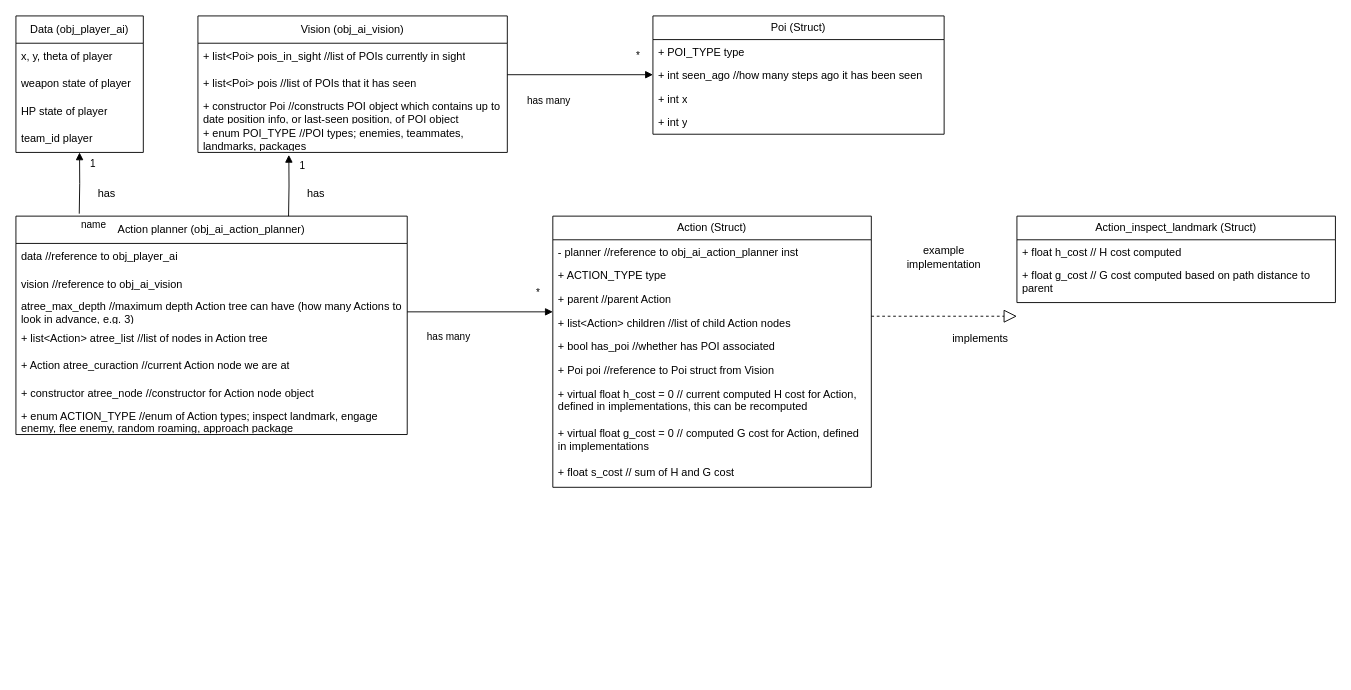
Earlier version of the draw.io diagram diagrams/ai_classes.drawio (TomPostmus/DogFights-01). Source tidied: cells renumbered, new cells numbered last; positions are measured from the earlier drawing's top-left corner, leaving out a move shared by most shapes. Both pictures are drawn from the tidied source at 91%, with x=0, y=0 at pixel (15, 15).
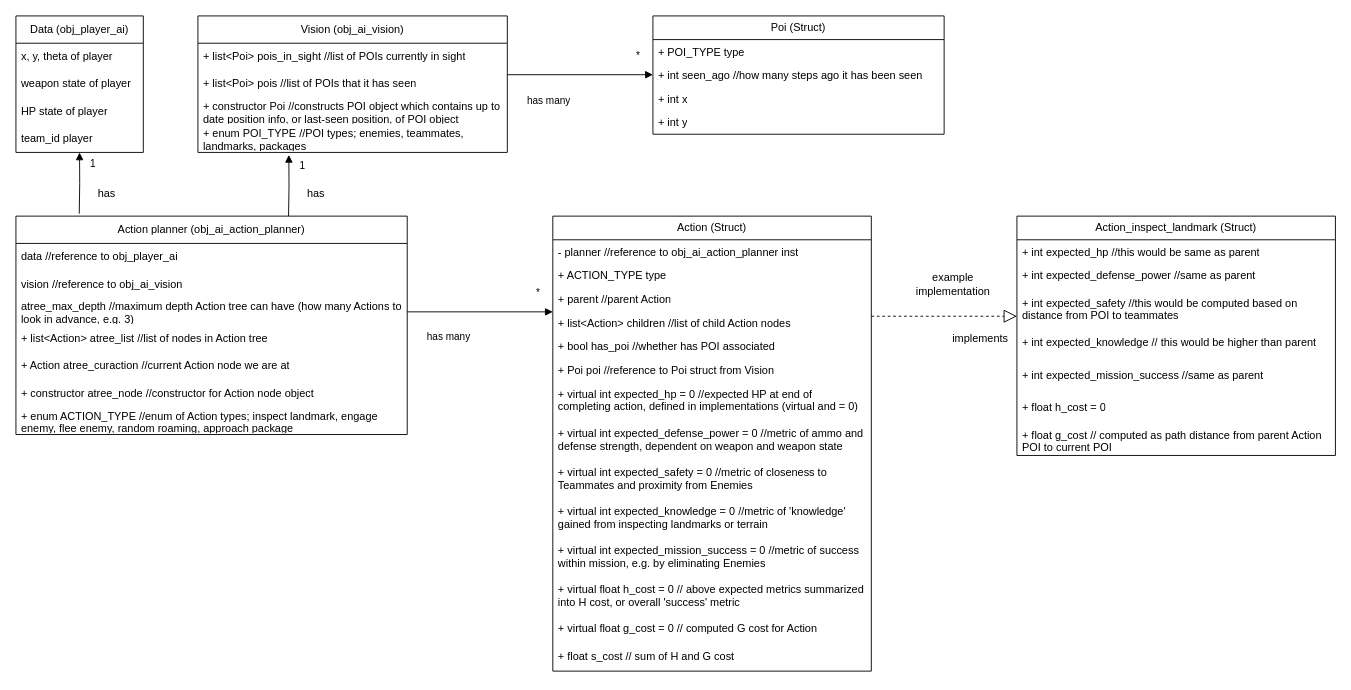
After the change.

What changed in the source:
```diff
@@
     <mxCell id="20" value="Action (Struct)" style="swimlane;fontStyle=0;horizontal=1;startSize=26;fillColor=none;whiteSpace=wrap;html=1;" parent="1" vertex="1">
-      <mxGeometry x="590" y="220" width="350" height="298" as="geometry" />
+      <mxGeometry x="590" y="220" width="350" height="500" as="geometry" />
     </mxCell>
@@
+    <mxCell id="51" value="+ virtual&amp;nbsp;int expected_hp = 0 //expected HP at end of completing action, defined in implementations (virtual and = 0)" style="text;strokeColor=none;fillColor=none;align=left;verticalAlign=top;spacingLeft=4;spacingRight=4;overflow=hidden;whiteSpace=wrap;html=1;" parent="20" vertex="1">
+      <mxGeometry y="182" width="350" height="43" as="geometry" />
+    </mxCell>
+    <mxCell id="52" value="+ virtual int expected_defense_power = 0 //metric of ammo and defense strength, dependent on weapon and weapon state" style="text;strokeColor=none;fillColor=none;align=left;verticalAlign=top;spacingLeft=4;spacingRight=4;overflow=hidden;whiteSpace=wrap;html=1;" parent="20" vertex="1">
+      <mxGeometry y="225" width="350" height="43" as="geometry" />
+    </mxCell>
+    <mxCell id="53" value="+ virtual int expected_safety = 0 //metric of closeness to Teammates and proximity from Enemies" style="text;strokeColor=none;fillColor=none;align=left;verticalAlign=top;spacingLeft=4;spacingRight=4;overflow=hidden;whiteSpace=wrap;html=1;" parent="20" vertex="1">
+      <mxGeometry y="268" width="350" height="43" as="geometry" />
+    </mxCell>
+    <mxCell id="54" value="+ virtual int expected_knowledge = 0 //metric of 'knowledge' gained from inspecting landmarks or terrain" style="text;strokeColor=none;fillColor=none;align=left;verticalAlign=top;spacingLeft=4;spacingRight=4;overflow=hidden;whiteSpace=wrap;html=1;" parent="20" vertex="1">
+      <mxGeometry y="311" width="350" height="43" as="geometry" />
+    </mxCell>
+    <mxCell id="55" value="+ virtual int expected_mission_success = 0 //metric of success within mission, e.g. by eliminating Enemies" style="text;strokeColor=none;fillColor=none;align=left;verticalAlign=top;spacingLeft=4;spacingRight=4;overflow=hidden;whiteSpace=wrap;html=1;" parent="20" vertex="1">
+      <mxGeometry y="354" width="350" height="43" as="geometry" />
+    </mxCell>
-    <mxCell id="27" value="+ virtual float h_cost = 0 // current computed H cost for Action, defined in implementations, this can be recomputed" style="text;strokeColor=none;fillColor=none;align=left;verticalAlign=top;spacingLeft=4;spacingRight=4;overflow=hidden;whiteSpace=wrap;html=1;" parent="20" vertex="1">
-      <mxGeometry y="182" width="350" height="43" as="geometry" />
+    <mxCell id="27" value="+ virtual float h_cost = 0 // above expected metrics summarized into H cost, or overall 'success' metric" style="text;strokeColor=none;fillColor=none;align=left;verticalAlign=top;spacingLeft=4;spacingRight=4;overflow=hidden;whiteSpace=wrap;html=1;" parent="20" vertex="1">
+      <mxGeometry y="397" width="350" height="43" as="geometry" />
     </mxCell>
-    <mxCell id="28" value="+ virtual float g_cost = 0 // computed G cost for Action, defined in implementations" style="text;strokeColor=none;fillColor=none;align=left;verticalAlign=top;spacingLeft=4;spacingRight=4;overflow=hidden;whiteSpace=wrap;html=1;" parent="20" vertex="1">
-      <mxGeometry y="225" width="350" height="43" as="geometry" />
+    <mxCell id="28" value="+ virtual float g_cost = 0 // computed G cost for Action" style="text;strokeColor=none;fillColor=none;align=left;verticalAlign=top;spacingLeft=4;spacingRight=4;overflow=hidden;whiteSpace=wrap;html=1;" parent="20" vertex="1">
+      <mxGeometry y="440" width="350" height="30" as="geometry" />
     </mxCell>
     <mxCell id="29" value="+ float s_cost // sum of H and G cost" style="text;strokeColor=none;fillColor=none;align=left;verticalAlign=top;spacingLeft=4;spacingRight=4;overflow=hidden;whiteSpace=wrap;html=1;" parent="20" vertex="1">
-      <mxGeometry y="268" width="350" height="30" as="geometry" />
+      <mxGeometry y="470" width="350" height="30" as="geometry" />
     </mxCell>
-    <mxCell id="30" value="name" style="endArrow=block;endFill=1;html=1;edgeStyle=orthogonalEdgeStyle;align=left;verticalAlign=top;rounded=0;exitX=0.162;exitY=-0.013;exitDx=0;exitDy=0;exitPerimeter=0;" parent="1" edge="1">
+    <mxCell id="30" style="endArrow=block;endFill=1;html=1;edgeStyle=orthogonalEdgeStyle;align=left;verticalAlign=top;rounded=0;exitX=0.162;exitY=-0.013;exitDx=0;exitDy=0;exitPerimeter=0;" parent="1" edge="1">
       <mxGeometry x="-1" relative="1" as="geometry">
         <mxPoint x="69.6" y="217.3" as="sourcePoint" />
         <mxPoint x="69.9" y="150" as="targetPoint" />
       </mxGeometry>
     </mxCell>
@@
-    <mxCell id="45" value="Action_inspect_landmark (Struct)" style="swimlane;fontStyle=0;horizontal=1;startSize=26;fillColor=none;whiteSpace=wrap;html=1;" parent="1" vertex="1">
-      <mxGeometry x="1100" y="220" width="350" height="95" as="geometry" />
-    </mxCell>
-    <mxCell id="46" value="+ float h_cost // H cost computed&amp;nbsp;" style="text;strokeColor=none;fillColor=none;align=left;verticalAlign=top;spacingLeft=4;spacingRight=4;overflow=hidden;whiteSpace=wrap;html=1;" parent="45" vertex="1">
-      <mxGeometry y="26" width="350" height="26" as="geometry" />
-    </mxCell>
-    <mxCell id="47" value="+ float g_cost // G cost computed based on path distance to parent&amp;nbsp;" style="text;strokeColor=none;fillColor=none;align=left;verticalAlign=top;spacingLeft=4;spacingRight=4;overflow=hidden;whiteSpace=wrap;html=1;" parent="45" vertex="1">
-      <mxGeometry y="52" width="350" height="43" as="geometry" />
-    </mxCell>
@@
     <mxCell id="49" value="example implementation" style="text;html=1;whiteSpace=wrap;strokeColor=none;fillColor=none;align=center;verticalAlign=middle;rounded=0;" parent="1" vertex="1">
-      <mxGeometry x="990" y="250" width="60" height="30" as="geometry" />
+      <mxGeometry x="1000" y="280" width="60" height="30" as="geometry" />
     </mxCell>
@@
+    <mxCell id="45" value="Action_inspect_landmark (Struct)" style="swimlane;fontStyle=0;horizontal=1;startSize=26;fillColor=none;whiteSpace=wrap;html=1;" parent="1" vertex="1">
+      <mxGeometry x="1100" y="220" width="350" height="263" as="geometry" />
+    </mxCell>
+    <mxCell id="56" value="+ int expected_hp //this would be same as parent" style="text;strokeColor=none;fillColor=none;align=left;verticalAlign=top;spacingLeft=4;spacingRight=4;overflow=hidden;whiteSpace=wrap;html=1;" parent="45" vertex="1">
+      <mxGeometry y="26" width="350" height="26" as="geometry" />
+    </mxCell>
+    <mxCell id="57" value="+ int expected_defense_power //same as parent" style="text;strokeColor=none;fillColor=none;align=left;verticalAlign=top;spacingLeft=4;spacingRight=4;overflow=hidden;whiteSpace=wrap;html=1;" parent="45" vertex="1">
+      <mxGeometry y="52" width="350" height="30" as="geometry" />
+    </mxCell>
+    <mxCell id="58" value="+ int expected_safety //this would be computed based on distance from POI to teammates" style="text;strokeColor=none;fillColor=none;align=left;verticalAlign=top;spacingLeft=4;spacingRight=4;overflow=hidden;whiteSpace=wrap;html=1;" parent="45" vertex="1">
+      <mxGeometry y="82" width="350" height="43" as="geometry" />
+    </mxCell>
+    <mxCell id="59" value="+ int expected_knowledge // this would be higher than parent" style="text;strokeColor=none;fillColor=none;align=left;verticalAlign=top;spacingLeft=4;spacingRight=4;overflow=hidden;whiteSpace=wrap;html=1;" parent="45" vertex="1">
+      <mxGeometry y="125" width="350" height="36" as="geometry" />
+    </mxCell>
+    <mxCell id="60" value="+ int expected_mission_success //same as parent" style="text;strokeColor=none;fillColor=none;align=left;verticalAlign=top;spacingLeft=4;spacingRight=4;overflow=hidden;whiteSpace=wrap;html=1;" parent="45" vertex="1">
+      <mxGeometry y="161" width="350" height="36" as="geometry" />
+    </mxCell>
+    <mxCell id="61" value="+ float h_cost = 0" style="text;strokeColor=none;fillColor=none;align=left;verticalAlign=top;spacingLeft=4;spacingRight=4;overflow=hidden;whiteSpace=wrap;html=1;" parent="45" vertex="1">
+      <mxGeometry y="197" width="350" height="30" as="geometry" />
+    </mxCell>
+    <mxCell id="62" value="+ float g_cost // computed as path distance from parent Action POI to current POI" style="text;strokeColor=none;fillColor=none;align=left;verticalAlign=top;spacingLeft=4;spacingRight=4;overflow=hidden;whiteSpace=wrap;html=1;" parent="45" vertex="1">
+      <mxGeometry y="227" width="350" height="36" as="geometry" />
+    </mxCell>
```
